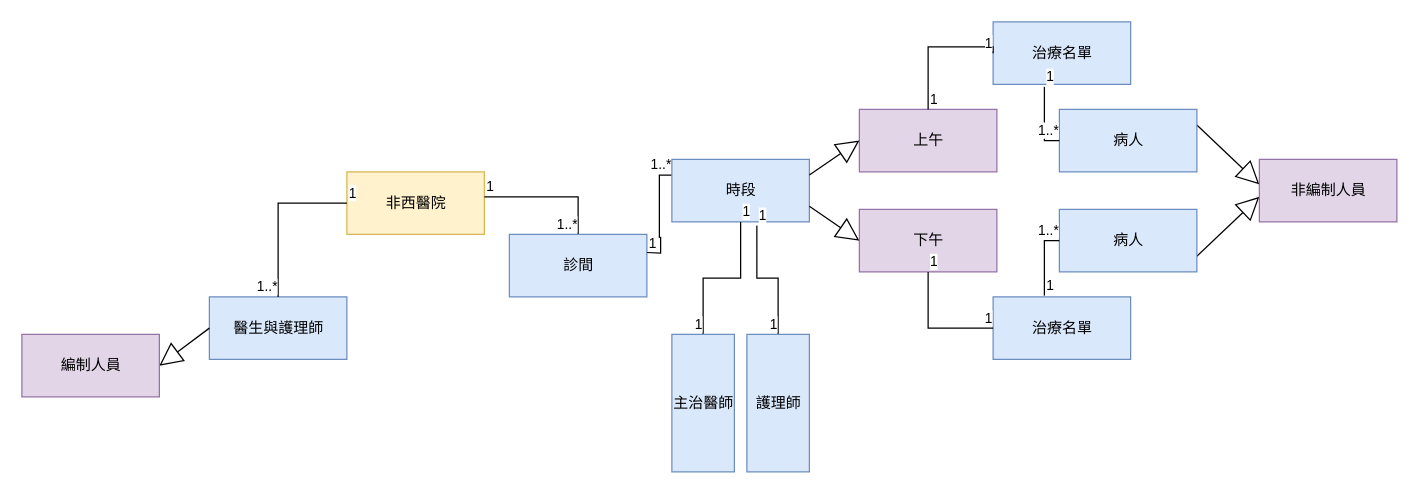
This is Clinic.drawio from seanlin0215/110-2HW2, a draw.io file, before an edit. Source tidied: cells renumbered, new cells numbered last; positions are measured from the earlier drawing's top-left corner, leaving out a move shared by most shapes. Both pictures are drawn from the tidied source at 125%, with x=0, y=0 at pixel (21, 21).
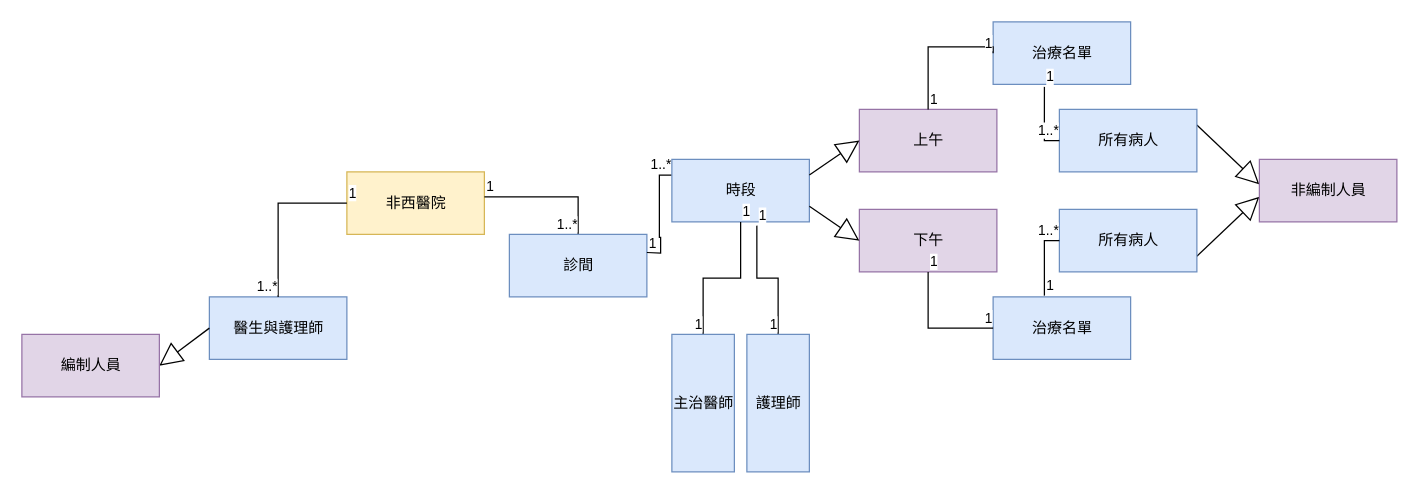
The same page after the edit.

Diff of the diagram source:
```diff
@@
-    <mxCell id="27" value="病人" style="html=1;fillColor=#dae8fc;strokeColor=#6c8ebf;" parent="1" vertex="1">
+    <mxCell id="27" value="所有病人" style="html=1;fillColor=#dae8fc;strokeColor=#6c8ebf;" parent="1" vertex="1">
       <mxGeometry x="830" y="70" width="110" height="50" as="geometry" />
     </mxCell>
-    <mxCell id="28" value="病人" style="html=1;fillColor=#dae8fc;strokeColor=#6c8ebf;" parent="1" vertex="1">
+    <mxCell id="28" value="所有病人" style="html=1;fillColor=#dae8fc;strokeColor=#6c8ebf;" parent="1" vertex="1">
       <mxGeometry x="830" y="150" width="110" height="50" as="geometry" />
     </mxCell>
```
